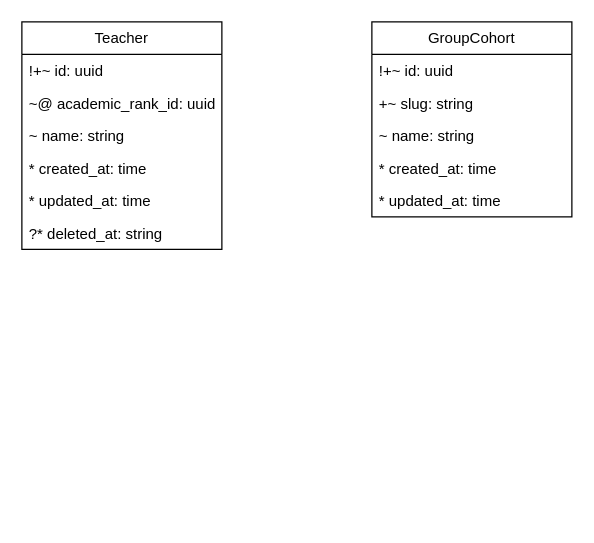
Earlier version of the draw.io diagram page "Teacher Load" (9 of 9) of docs/entity_relationship.drawio (IrusHunter/duckademic). Source tidied: cells renumbered, new cells numbered last; positions are measured from the earlier drawing's top-left corner, leaving out a move shared by most shapes. Both pictures are drawn from the tidied source at 125%, with x=0, y=0 at pixel (21, 21).
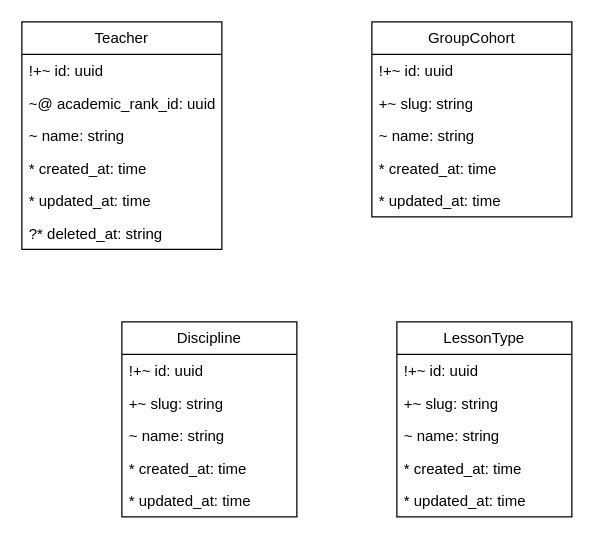
After the change.

What changed in the source:
```diff
@@
+    <mxCell id="15" value="Discipline" style="swimlane;fontStyle=0;horizontal=1;startSize=26;fillColor=none;whiteSpace=wrap;html=1;" parent="1" vertex="1">
+      <mxGeometry x="80" y="240" width="140" height="156" as="geometry" />
+    </mxCell>
+    <mxCell id="16" value="!+~ id: uuid" style="text;strokeColor=none;fillColor=none;align=left;verticalAlign=top;spacingLeft=4;spacingRight=4;overflow=hidden;whiteSpace=wrap;html=1;" parent="15" vertex="1">
+      <mxGeometry y="26" width="140" height="26" as="geometry" />
+    </mxCell>
+    <mxCell id="17" value="+~ slug: string" style="text;strokeColor=none;fillColor=none;align=left;verticalAlign=top;spacingLeft=4;spacingRight=4;overflow=hidden;whiteSpace=wrap;html=1;" parent="15" vertex="1">
+      <mxGeometry y="52" width="140" height="26" as="geometry" />
+    </mxCell>
+    <mxCell id="18" value="~ name: string" style="text;align=left;verticalAlign=top;spacingLeft=4;spacingRight=4;overflow=hidden;whiteSpace=wrap;html=1;" parent="15" vertex="1">
+      <mxGeometry y="78" width="140" height="26" as="geometry" />
+    </mxCell>
+    <mxCell id="19" value="* created_at: time" style="text;strokeColor=none;fillColor=none;align=left;verticalAlign=top;spacingLeft=4;spacingRight=4;overflow=hidden;whiteSpace=wrap;html=1;" parent="15" vertex="1">
+      <mxGeometry y="104" width="140" height="26" as="geometry" />
+    </mxCell>
+    <mxCell id="20" value="* updated_at: time" style="text;strokeColor=none;fillColor=none;align=left;verticalAlign=top;spacingLeft=4;spacingRight=4;overflow=hidden;whiteSpace=wrap;html=1;" parent="15" vertex="1">
+      <mxGeometry y="130" width="140" height="26" as="geometry" />
+    </mxCell>
+    <mxCell id="21" value="LessonType" style="swimlane;fontStyle=0;horizontal=1;startSize=26;fillColor=none;whiteSpace=wrap;html=1;" parent="1" vertex="1">
+      <mxGeometry x="300" y="240" width="140" height="156" as="geometry" />
+    </mxCell>
+    <mxCell id="22" value="!+~ id: uuid" style="text;strokeColor=none;fillColor=none;align=left;verticalAlign=top;spacingLeft=4;spacingRight=4;overflow=hidden;whiteSpace=wrap;html=1;" parent="21" vertex="1">
+      <mxGeometry y="26" width="140" height="26" as="geometry" />
+    </mxCell>
+    <mxCell id="23" value="+~ slug: string" style="text;strokeColor=none;fillColor=none;align=left;verticalAlign=top;spacingLeft=4;spacingRight=4;overflow=hidden;whiteSpace=wrap;html=1;" parent="21" vertex="1">
+      <mxGeometry y="52" width="140" height="26" as="geometry" />
+    </mxCell>
+    <mxCell id="24" value="~ name: string" style="text;align=left;verticalAlign=top;spacingLeft=4;spacingRight=4;overflow=hidden;whiteSpace=wrap;html=1;" parent="21" vertex="1">
+      <mxGeometry y="78" width="140" height="26" as="geometry" />
+    </mxCell>
+    <mxCell id="25" value="* created_at: time" style="text;strokeColor=none;fillColor=none;align=left;verticalAlign=top;spacingLeft=4;spacingRight=4;overflow=hidden;whiteSpace=wrap;html=1;" parent="21" vertex="1">
+      <mxGeometry y="104" width="140" height="26" as="geometry" />
+    </mxCell>
+    <mxCell id="26" value="* updated_at: time" style="text;strokeColor=none;fillColor=none;align=left;verticalAlign=top;spacingLeft=4;spacingRight=4;overflow=hidden;whiteSpace=wrap;html=1;" parent="21" vertex="1">
+      <mxGeometry y="130" width="140" height="26" as="geometry" />
+    </mxCell>
```
